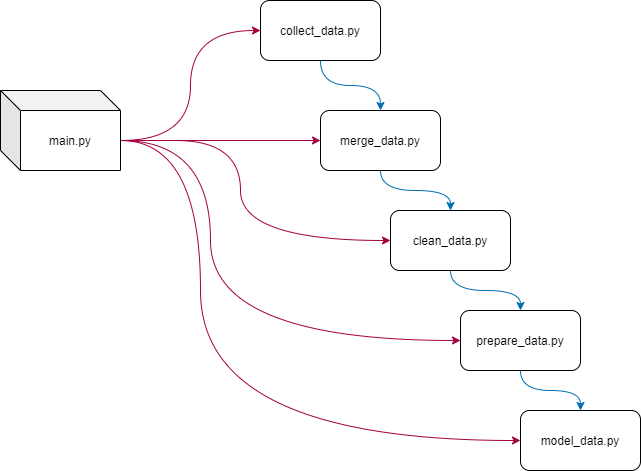
Earlier version of the draw.io export fig/flow_img.png (Fransie-dev/FPL-Ensembling). Source tidied: cells renumbered, new cells last; positions are measured from the earlier drawing's top-left corner, leaving out a move shared by most shapes.
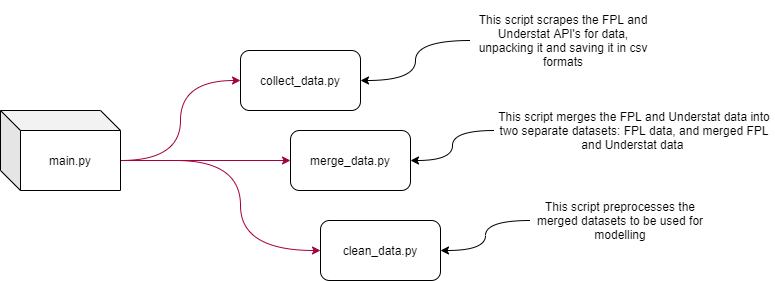
After the commit.

Commit message:
begin cleaning data

Diff of the diagram source:
```diff
@@ -2,23 +2,17 @@
   <root>
     <mxCell id="0" />
     <mxCell id="1" parent="0" />
-    <mxCell id="2" style="edgeStyle=orthogonalEdgeStyle;jettySize=auto;html=1;exitX=0.5;exitY=1;exitDx=0;exitDy=0;curved=1;fillColor=#1ba1e2;labelBorderColor=none;strokeColor=#006EAF;" parent="1" edge="1" source="3" target="5">
-      <mxGeometry relative="1" as="geometry" />
-    </mxCell>
+    <mxCell id="17" style="edgeStyle=orthogonalEdgeStyle;curved=1;jettySize=auto;html=1;exitX=0;exitY=0.5;exitDx=0;exitDy=0;entryX=1;entryY=0.5;entryDx=0;entryDy=0;" parent="1" edge="1" source="19" target="3">
+      <mxGeometry relative="1" as="geometry" />
+    </mxCell>
     <mxCell id="3" value="collect_data.py" style="rounded=1;whiteSpace=wrap;html=1;" parent="1" vertex="1">
-      <mxGeometry x="260" width="120" height="60" as="geometry" />
+      <mxGeometry x="240" y="30" width="120" height="60" as="geometry" />
     </mxCell>
-    <mxCell id="4" style="edgeStyle=orthogonalEdgeStyle;curved=1;jettySize=auto;html=1;exitX=0.5;exitY=1;exitDx=0;exitDy=0;entryX=0.5;entryY=0;entryDx=0;entryDy=0;fillColor=#1ba1e2;strokeColor=#006EAF;" parent="1" edge="1" source="5" target="7">
-      <mxGeometry relative="1" as="geometry" />
-    </mxCell>
     <mxCell id="5" value="merge_data.py" style="rounded=1;whiteSpace=wrap;html=1;" parent="1" vertex="1">
-      <mxGeometry x="320" y="110" width="120" height="60" as="geometry" />
+      <mxGeometry x="290" y="110" width="120" height="60" as="geometry" />
     </mxCell>
-    <mxCell id="6" style="edgeStyle=orthogonalEdgeStyle;curved=1;jettySize=auto;html=1;exitX=0.5;exitY=1;exitDx=0;exitDy=0;entryX=0.5;entryY=0;entryDx=0;entryDy=0;strokeColor=#006EAF;fillColor=#1ba1e2;" parent="1" edge="1" source="7" target="14">
-      <mxGeometry relative="1" as="geometry" />
-    </mxCell>
     <mxCell id="7" value="clean_data.py" style="rounded=1;whiteSpace=wrap;html=1;" parent="1" vertex="1">
-      <mxGeometry x="390" y="210" width="120" height="60" as="geometry" />
+      <mxGeometry x="320" y="200" width="120" height="60" as="geometry" />
     </mxCell>
     <mxCell id="8" style="edgeStyle=orthogonalEdgeStyle;curved=1;jettySize=auto;html=1;exitX=0;exitY=0;exitDx=120;exitDy=50;entryX=0;entryY=0.5;entryDx=0;entryDy=0;fillColor=#d80073;strokeColor=#A50040;exitPerimeter=0;" parent="1" edge="1" source="16" target="3">
       <mxGeometry relative="1" as="geometry" />
@@ -35,33 +29,26 @@
         </Array>
       </mxGeometry>
     </mxCell>
-    <mxCell id="11" style="edgeStyle=orthogonalEdgeStyle;curved=1;jettySize=auto;html=1;exitX=1;exitY=0.625;exitDx=0;exitDy=0;entryX=0;entryY=0.5;entryDx=0;entryDy=0;strokeColor=#A50040;fillColor=#d80073;exitPerimeter=0;" parent="1" edge="1" source="16" target="14">
-      <mxGeometry relative="1" as="geometry">
-        <Array as="points">
-          <mxPoint x="210" y="140" />
-          <mxPoint x="210" y="340" />
-        </Array>
-      </mxGeometry>
-    </mxCell>
-    <mxCell id="12" style="edgeStyle=orthogonalEdgeStyle;curved=1;jettySize=auto;html=1;exitX=0;exitY=0;exitDx=120;exitDy=50;entryX=0;entryY=0.5;entryDx=0;entryDy=0;entryPerimeter=0;fillColor=#d80073;strokeColor=#A50040;exitPerimeter=0;" parent="1" edge="1" source="16" target="15">
-      <mxGeometry relative="1" as="geometry">
-        <Array as="points">
-          <mxPoint x="200" y="140" />
-          <mxPoint x="200" y="440" />
-        </Array>
-      </mxGeometry>
-    </mxCell>
-    <mxCell id="13" style="edgeStyle=orthogonalEdgeStyle;jettySize=auto;html=1;exitX=0.5;exitY=1;exitDx=0;exitDy=0;entryX=0.5;entryY=0;entryDx=0;entryDy=0;curved=1;fillColor=#1ba1e2;strokeColor=#006EAF;" parent="1" edge="1" source="14" target="15">
-      <mxGeometry relative="1" as="geometry" />
-    </mxCell>
-    <mxCell id="14" value="prepare_data.py" style="rounded=1;whiteSpace=wrap;html=1;" parent="1" vertex="1">
-      <mxGeometry x="460" y="310" width="120" height="60" as="geometry" />
-    </mxCell>
-    <mxCell id="15" value="model_data.py" style="rounded=1;whiteSpace=wrap;html=1;" parent="1" vertex="1">
-      <mxGeometry x="520" y="410" width="120" height="60" as="geometry" />
-    </mxCell>
     <mxCell id="16" value="main.py" style="shape=cube;whiteSpace=wrap;html=1;boundedLbl=1;backgroundOutline=1;darkOpacity=0.05;darkOpacity2=0.1;" parent="1" vertex="1">
       <mxGeometry y="90" width="120" height="80" as="geometry" />
     </mxCell>
+    <mxCell id="18" style="edgeStyle=orthogonalEdgeStyle;curved=1;jettySize=auto;html=1;exitX=0;exitY=0.5;exitDx=0;exitDy=0;entryX=1;entryY=0.5;entryDx=0;entryDy=0;strokeColor=none;dashed=1;strokeWidth=3;" parent="1" edge="1" source="19" target="3">
+      <mxGeometry relative="1" as="geometry" />
+    </mxCell>
+    <mxCell id="19" value="This script scrapes the FPL and Understat API's for data, unpacking it and saving it in csv formats" style="text;html=1;strokeColor=none;fillColor=none;align=center;verticalAlign=middle;whiteSpace=wrap;rounded=0;" parent="1" vertex="1">
+      <mxGeometry x="470" y="-20" width="186" height="80" as="geometry" />
+    </mxCell>
+    <mxCell id="20" style="edgeStyle=orthogonalEdgeStyle;curved=1;jettySize=auto;html=1;exitX=0;exitY=0.5;exitDx=0;exitDy=0;entryX=1;entryY=0.5;entryDx=0;entryDy=0;strokeWidth=1;" parent="1" edge="1" source="21" target="5">
+      <mxGeometry relative="1" as="geometry" />
+    </mxCell>
+    <mxCell id="21" value="This script merges the FPL and Understat data into two separate datasets: FPL data, and merged FPL and Understat data&amp;nbsp;" style="text;html=1;strokeColor=none;fillColor=none;align=center;verticalAlign=middle;whiteSpace=wrap;rounded=0;" parent="1" vertex="1">
+      <mxGeometry x="494" y="60" width="280" height="100" as="geometry" />
+    </mxCell>
+    <mxCell id="22" style="edgeStyle=orthogonalEdgeStyle;curved=1;jettySize=auto;html=1;exitX=0;exitY=0.5;exitDx=0;exitDy=0;entryX=1;entryY=0.5;entryDx=0;entryDy=0;strokeWidth=1;" parent="1" edge="1" source="23" target="7">
+      <mxGeometry relative="1" as="geometry" />
+    </mxCell>
+    <mxCell id="23" value="This script preprocesses the merged datasets to be used for modelling" style="text;html=1;strokeColor=none;fillColor=none;align=center;verticalAlign=middle;whiteSpace=wrap;rounded=0;" parent="1" vertex="1">
+      <mxGeometry x="530" y="170" width="180" height="60" as="geometry" />
+    </mxCell>
   </root>
 </mxGraphModel>
```
